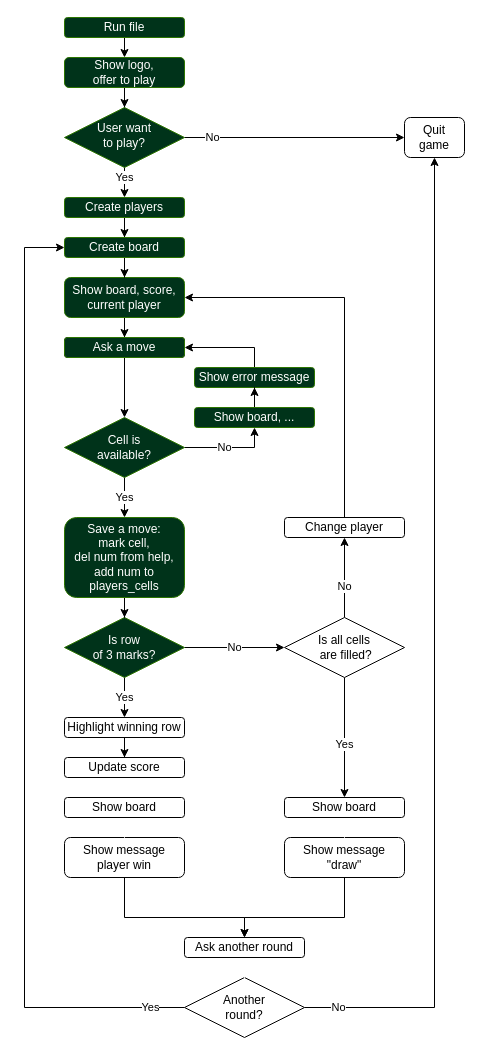
Above: flowchart.drawio in k-yakovlev/tic-tac-toe (draw.io), before the change. Source tidied: cells renumbered, new cells numbered last; positions are measured from the earlier drawing's top-left corner, leaving out a move shared by most shapes. Both pictures are drawn from the tidied source at 100%, with x=0, y=0 at pixel (24, 17).
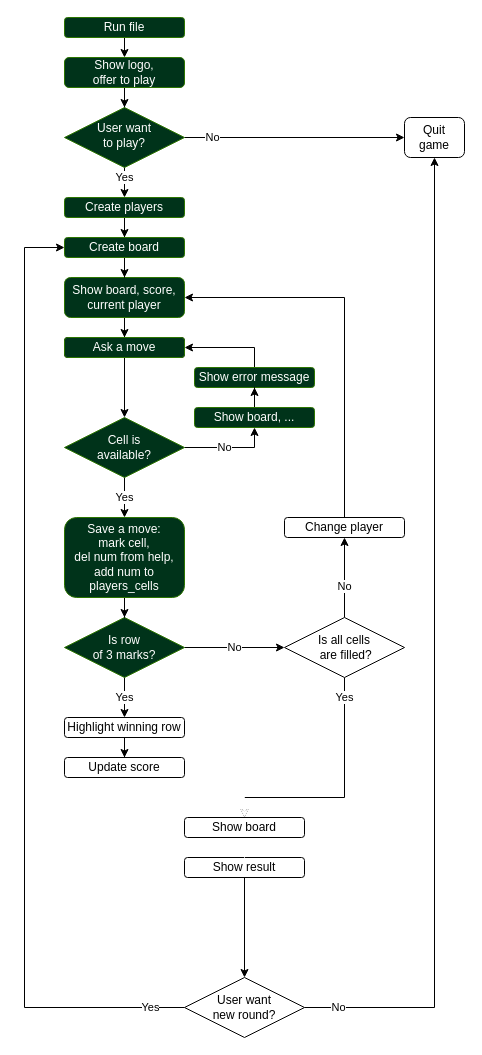
The same page after the edit.

Commit message (it also covers changes not shown here):
Add show_result() instead of show_win & show_draw.

The change refers to these unchanged cells:
```xml
<mxCell id="19" value="Is all cells&lt;br&gt;&amp;nbsp;are filled?" style="rhombus;whiteSpace=wrap;html=1;" parent="1" vertex="1">
  <mxGeometry x="260" y="600" width="120" height="60" as="geometry" />
</mxCell>
```

What changed in the source:
```diff
@@
-    <mxCell id="18" value="Yes" style="edgeStyle=orthogonalEdgeStyle;rounded=0;jettySize=auto;html=1;entryX=0.5;entryY=0;entryDx=0;entryDy=0;" parent="1" edge="1" source="19" target="50">
-      <mxGeometry x="0.11" relative="1" as="geometry" />
-    </mxCell>
+    <mxCell id="49" value="Yes" style="edgeStyle=orthogonalEdgeStyle;rounded=0;jettySize=auto;html=1;entryX=0.5;entryY=0;entryDx=0;entryDy=0;" parent="1" edge="1" source="19" target="48">
+      <mxGeometry x="-0.83" relative="1" as="geometry">
+        <Array as="points">
+          <mxPoint x="320" y="780" />
+          <mxPoint x="220" y="780" />
+        </Array>
+      </mxGeometry>
+    </mxCell>
@@
-    <mxCell id="32" style="edgeStyle=orthogonalEdgeStyle;rounded=0;jettySize=auto;html=1;entryX=0.5;entryY=0;entryDx=0;entryDy=0;" parent="1" edge="1" source="33" target="52">
-      <mxGeometry relative="1" as="geometry">
-        <Array as="points">
-          <mxPoint x="320" y="900" />
-          <mxPoint x="220" y="900" />
-        </Array>
-      </mxGeometry>
-    </mxCell>
-    <mxCell id="33" value="Show message&lt;br&gt;&quot;draw&quot;" style="whiteSpace=wrap;html=1;rounded=1;" parent="1" vertex="1">
-      <mxGeometry x="260" y="820" width="120" height="40" as="geometry" />
-    </mxCell>
@@
-    <mxCell id="36" value="Another &lt;br&gt;round?" style="rhombus;whiteSpace=wrap;html=1;" parent="1" vertex="1">
+    <mxCell id="36" value="User want&lt;br&gt;new round?" style="rhombus;whiteSpace=wrap;html=1;" parent="1" vertex="1">
       <mxGeometry x="160" y="960" width="120" height="60" as="geometry" />
     </mxCell>
-    <mxCell id="37" style="edgeStyle=orthogonalEdgeStyle;rounded=0;jettySize=auto;html=1;entryX=0.5;entryY=0;entryDx=0;entryDy=0;" parent="1" edge="1" source="38" target="52">
-      <mxGeometry relative="1" as="geometry">
-        <Array as="points">
-          <mxPoint x="100" y="900" />
-          <mxPoint x="220" y="900" />
-        </Array>
-      </mxGeometry>
-    </mxCell>
+    <mxCell id="52" style="edgeStyle=orthogonalEdgeStyle;rounded=0;jettySize=auto;html=1;entryX=0.5;entryY=0;entryDx=0;entryDy=0;" parent="1" edge="1" source="38" target="36">
+      <mxGeometry relative="1" as="geometry" />
+    </mxCell>
-    <mxCell id="38" value="Show message&lt;br&gt;player win" style="whiteSpace=wrap;html=1;rounded=1;" parent="1" vertex="1">
-      <mxGeometry x="40" y="820" width="120" height="40" as="geometry" />
+    <mxCell id="38" value="Show result" style="whiteSpace=wrap;html=1;rounded=1;" parent="1" vertex="1">
+      <mxGeometry x="160" y="840" width="120" height="20" as="geometry" />
     </mxCell>
@@
     <mxCell id="48" value="Show board" style="whiteSpace=wrap;html=1;rounded=1;" parent="1" vertex="1">
-      <mxGeometry x="40" y="780" width="120" height="20" as="geometry" />
+      <mxGeometry x="160" y="800" width="120" height="20" as="geometry" />
     </mxCell>
-    <mxCell id="49" style="edgeStyle=orthogonalEdgeStyle;rounded=0;jettySize=auto;html=1;entryX=0.5;entryY=0;entryDx=0;entryDy=0;strokeColor=#FFFFFF;" parent="1" edge="1" source="50" target="33">
-      <mxGeometry relative="1" as="geometry" />
-    </mxCell>
-    <mxCell id="50" value="Show board" style="whiteSpace=wrap;html=1;rounded=1;" parent="1" vertex="1">
-      <mxGeometry x="260" y="780" width="120" height="20" as="geometry" />
-    </mxCell>
-    <mxCell id="51" style="edgeStyle=orthogonalEdgeStyle;rounded=0;jettySize=auto;html=1;entryX=0.5;entryY=0;entryDx=0;entryDy=0;strokeColor=#FFFFFF;" parent="1" edge="1" source="52" target="36">
-      <mxGeometry relative="1" as="geometry" />
-    </mxCell>
-    <mxCell id="52" value="Ask another round" style="whiteSpace=wrap;html=1;rounded=1;" parent="1" vertex="1">
-      <mxGeometry x="160" y="920" width="120" height="20" as="geometry" />
-    </mxCell>
```
